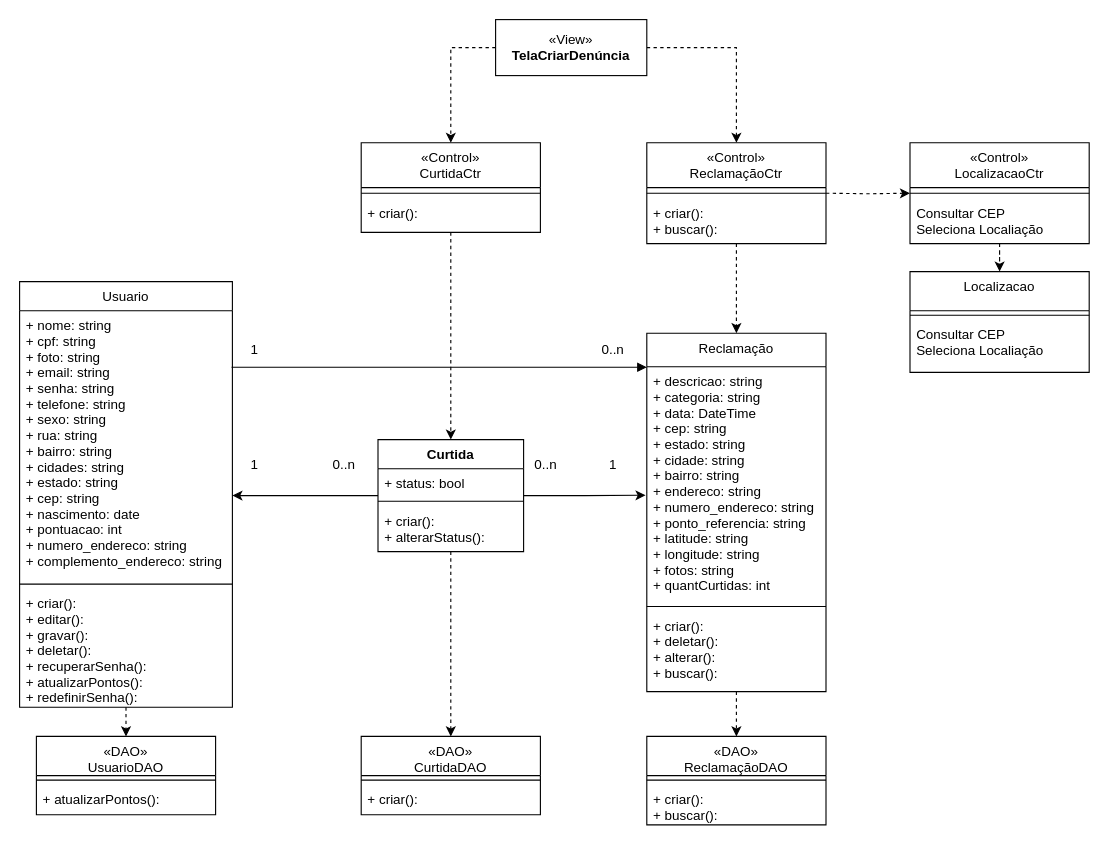
frsouzaa/Documentacao-TCC-NossaVia keeps this draw.io diagram as Documentação/Diagramas/Diagramas de Casos de Uso/Diagrama de Caso de Uso Criar Denuncia.drawio. Above is the earlier version. Source tidied: cells renumbered, new cells numbered last; positions are measured from the earlier drawing's top-left corner, leaving out a move shared by most shapes. Both pictures are drawn from the tidied source at 112%, with x=0, y=0 at pixel (19, 19).
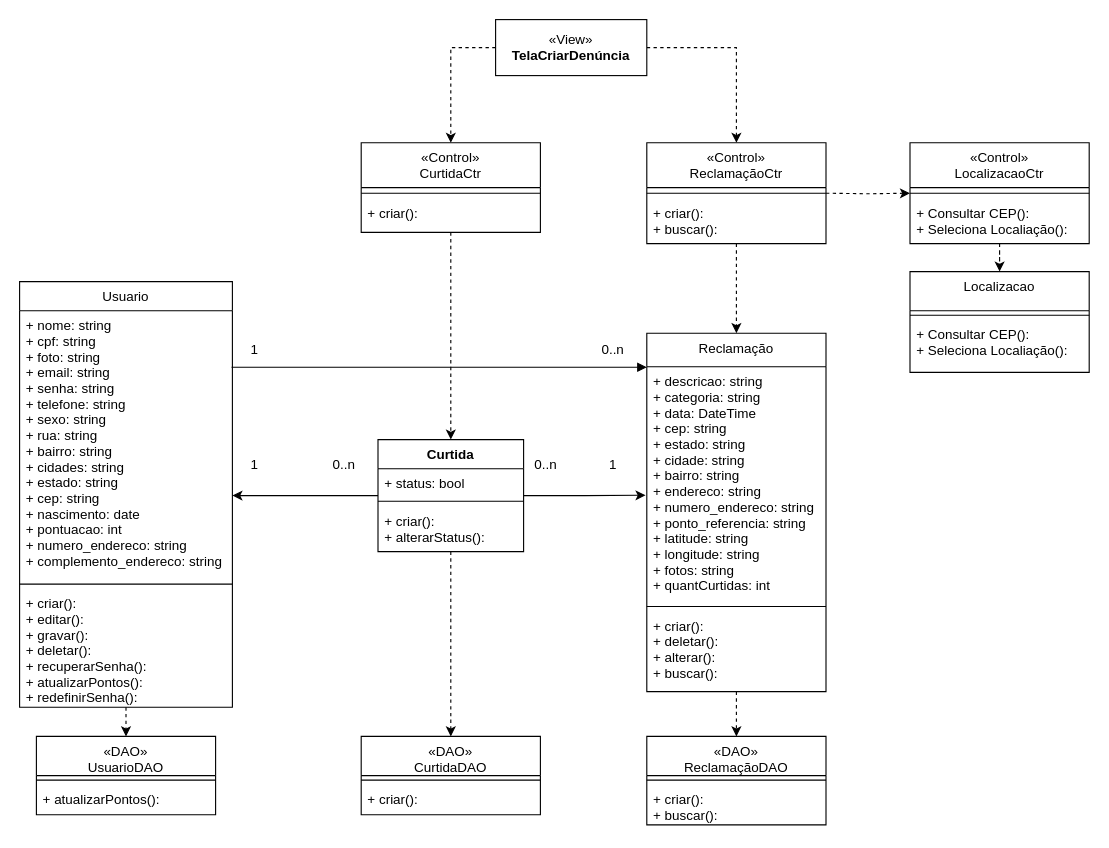
The same diagram, later.

The change refers to these unchanged cells:
```xml
<mxCell id="46" value="«Control»&#10;LocalizacaoCtr" style="swimlane;fontStyle=0;align=center;verticalAlign=top;horizontal=1;startSize=40;rounded=0;shadow=0;strokeWidth=1;" parent="1" vertex="1">
  <mxGeometry x="795" y="110" width="160" height="90" as="geometry" />
</mxCell>
<mxCell id="49" value="Localizacao" style="swimlane;fontStyle=0;align=center;verticalAlign=top;horizontal=1;startSize=35;rounded=0;shadow=0;strokeWidth=1;" parent="1" vertex="1">
  <mxGeometry x="795" y="225" width="160" height="90" as="geometry" />
</mxCell>
```

Change to the diagram source:
```diff
@@
-    <mxCell id="48" value="Consultar CEP&#10;Seleciona Localiação" style="text;align=left;verticalAlign=top;spacingLeft=4;spacingRight=4;overflow=hidden;" parent="46" vertex="1">
+    <mxCell id="48" value="+ Consultar CEP():&#10;+ Seleciona Localiação():" style="text;align=left;verticalAlign=top;spacingLeft=4;spacingRight=4;overflow=hidden;" parent="46" vertex="1">
       <mxGeometry y="50" width="160" height="40" as="geometry" />
     </mxCell>
@@
-    <mxCell id="51" value="Consultar CEP&#10;Seleciona Localiação" style="text;align=left;verticalAlign=top;spacingLeft=4;spacingRight=4;overflow=hidden;" parent="49" vertex="1">
+    <mxCell id="51" value="+ Consultar CEP():&#10;+ Seleciona Localiação():" style="text;align=left;verticalAlign=top;spacingLeft=4;spacingRight=4;overflow=hidden;" parent="49" vertex="1">
       <mxGeometry y="43" width="160" height="47" as="geometry" />
     </mxCell>
```
